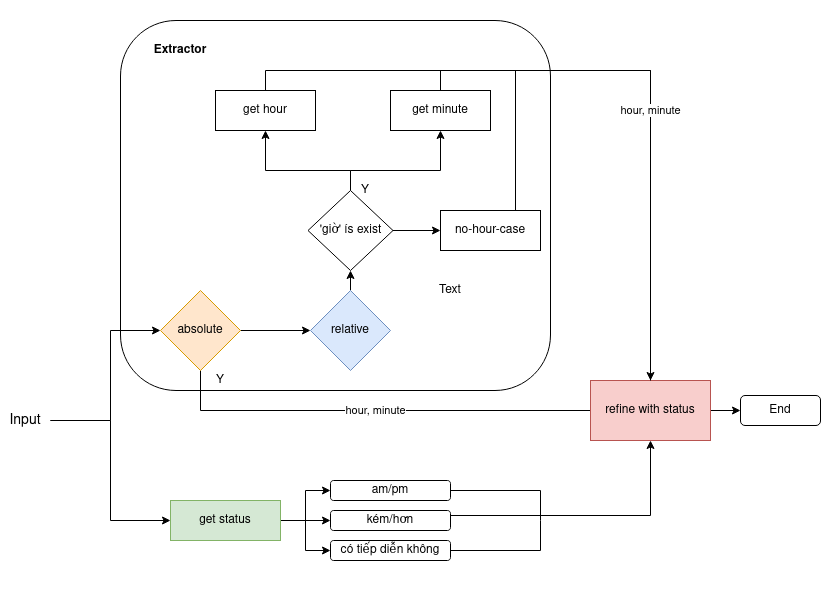
The draw.io diagram ner_logic/time_logic.png in demdecuong/vi-core-nlp, before a commit. Source tidied: cells renumbered, new cells last; positions are measured from the earlier drawing's top-left corner, leaving out a move shared by most shapes.
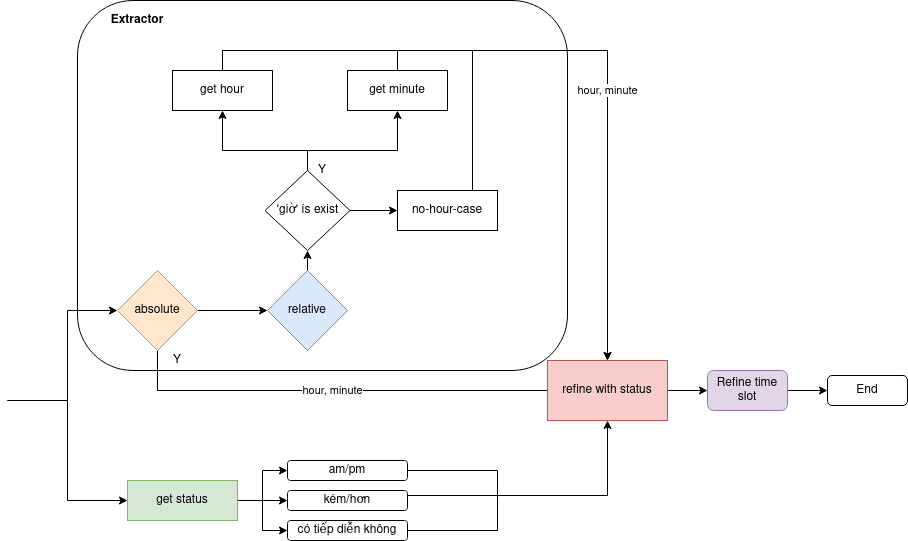
Later version of the same file.

Commit message:
add refine time slot to base

The edit, as a diff of the source:
```diff
@@ -2,140 +2,140 @@
   <root>
     <mxCell id="0" />
     <mxCell id="1" parent="0" />
-    <mxCell id="2" style="rounded=0;whiteSpace=wrap;html=1;strokeColor=none;" parent="1" vertex="1">
-      <mxGeometry width="830" height="590" as="geometry" />
+    <mxCell id="2" style="rounded=1;whiteSpace=wrap;html=1;" parent="1" vertex="1">
+      <mxGeometry x="120" y="20" width="490" height="370" as="geometry" />
     </mxCell>
-    <mxCell id="3" style="rounded=1;whiteSpace=wrap;html=1;" parent="1" vertex="1">
-      <mxGeometry x="120" y="20" width="430" height="370" as="geometry" />
+    <mxCell id="3" style="edgeStyle=orthogonalEdgeStyle;rounded=0;jettySize=auto;html=1;exitX=1;exitY=0.5;exitDx=0;exitDy=0;entryX=0;entryY=0.5;entryDx=0;entryDy=0;" parent="1" edge="1" source="5" target="7">
+      <mxGeometry relative="1" as="geometry" />
     </mxCell>
-    <mxCell id="4" style="edgeStyle=orthogonalEdgeStyle;rounded=0;jettySize=auto;html=1;exitX=1;exitY=0.5;exitDx=0;exitDy=0;entryX=0;entryY=0.5;entryDx=0;entryDy=0;" parent="1" edge="1" source="6" target="8">
+    <mxCell id="4" value="hour, minute" style="edgeStyle=orthogonalEdgeStyle;rounded=0;jettySize=auto;html=1;exitX=0.5;exitY=1;exitDx=0;exitDy=0;entryX=0;entryY=0.5;entryDx=0;entryDy=0;startArrow=none;startFill=0;endArrow=none;endFill=0;" parent="1" edge="1" source="5" target="9">
       <mxGeometry relative="1" as="geometry" />
     </mxCell>
-    <mxCell id="5" value="hour, minute" style="edgeStyle=orthogonalEdgeStyle;rounded=0;jettySize=auto;html=1;exitX=0.5;exitY=1;exitDx=0;exitDy=0;entryX=0;entryY=0.5;entryDx=0;entryDy=0;startArrow=none;startFill=0;endArrow=none;endFill=0;" parent="1" edge="1" source="6" target="10">
-      <mxGeometry relative="1" as="geometry" />
+    <mxCell id="5" value="absolute" style="rhombus;whiteSpace=wrap;html=1;fillColor=#ffe6cc;strokeColor=#d79b00;" parent="1" vertex="1">
+      <mxGeometry x="160" y="290" width="80" height="80" as="geometry" />
     </mxCell>
-    <mxCell id="6" value="absolute" style="rhombus;whiteSpace=wrap;html=1;fillColor=#ffe6cc;strokeColor=#d79b00;" parent="1" vertex="1">
-      <mxGeometry x="160" y="290" width="80" height="80" as="geometry" />
+    <mxCell id="6" style="edgeStyle=orthogonalEdgeStyle;rounded=0;jettySize=auto;html=1;exitX=0.5;exitY=0;exitDx=0;exitDy=0;entryX=0.5;entryY=1;entryDx=0;entryDy=0;" parent="1" edge="1" source="7" target="19">
+      <mxGeometry relative="1" as="geometry" />
     </mxCell>
-    <mxCell id="7" style="edgeStyle=orthogonalEdgeStyle;rounded=0;jettySize=auto;html=1;exitX=0.5;exitY=0;exitDx=0;exitDy=0;entryX=0.5;entryY=1;entryDx=0;entryDy=0;" parent="1" edge="1" source="8" target="20">
-      <mxGeometry relative="1" as="geometry" />
+    <mxCell id="7" value="relative" style="rhombus;whiteSpace=wrap;html=1;fillColor=#dae8fc;strokeColor=#6c8ebf;" parent="1" vertex="1">
+      <mxGeometry x="310" y="290" width="80" height="80" as="geometry" />
     </mxCell>
-    <mxCell id="8" value="relative" style="rhombus;whiteSpace=wrap;html=1;fillColor=#dae8fc;strokeColor=#6c8ebf;" parent="1" vertex="1">
-      <mxGeometry x="310" y="290" width="80" height="80" as="geometry" />
+    <mxCell id="8" style="edgeStyle=orthogonalEdgeStyle;rounded=0;jettySize=auto;html=1;exitX=1;exitY=0.5;exitDx=0;exitDy=0;" parent="1" edge="1" source="9" target="37">
+      <mxGeometry relative="1" as="geometry" />
     </mxCell>
-    <mxCell id="9" style="edgeStyle=orthogonalEdgeStyle;rounded=0;jettySize=auto;html=1;exitX=1;exitY=0.5;exitDx=0;exitDy=0;startArrow=none;startFill=0;endArrow=classic;endFill=1;" parent="1" edge="1" source="10" target="38">
-      <mxGeometry relative="1" as="geometry" />
+    <mxCell id="9" value="refine with status" style="rounded=0;whiteSpace=wrap;html=1;fillColor=#f8cecc;strokeColor=#b85450;" parent="1" vertex="1">
+      <mxGeometry x="590" y="380" width="120" height="60" as="geometry" />
     </mxCell>
-    <mxCell id="10" value="refine with status" style="rounded=0;whiteSpace=wrap;html=1;fillColor=#f8cecc;strokeColor=#b85450;" parent="1" vertex="1">
-      <mxGeometry x="590" y="380" width="120" height="60" as="geometry" />
+    <mxCell id="10" style="edgeStyle=orthogonalEdgeStyle;rounded=0;jettySize=auto;html=1;exitX=0.5;exitY=0;exitDx=0;exitDy=0;entryX=0.5;entryY=1;entryDx=0;entryDy=0;" parent="1" edge="1" source="19" target="14">
+      <mxGeometry relative="1" as="geometry">
+        <Array as="points">
+          <mxPoint x="350" y="170" />
+          <mxPoint x="440" y="170" />
+        </Array>
+      </mxGeometry>
     </mxCell>
-    <mxCell id="11" style="edgeStyle=orthogonalEdgeStyle;rounded=0;jettySize=auto;html=1;exitX=0.5;exitY=0;exitDx=0;exitDy=0;entryX=0.5;entryY=1;entryDx=0;entryDy=0;" parent="1" edge="1" source="20" target="15">
-      <mxGeometry relative="1" as="geometry">
-        <Array as="points">
-          <mxPoint x="350" y="170" />
-          <mxPoint x="440" y="170" />
-        </Array>
-      </mxGeometry>
+    <mxCell id="11" style="edgeStyle=orthogonalEdgeStyle;rounded=0;jettySize=auto;html=1;exitX=0.5;exitY=0;exitDx=0;exitDy=0;entryX=0.5;entryY=0;entryDx=0;entryDy=0;" parent="1" edge="1" source="12" target="9">
+      <mxGeometry relative="1" as="geometry" />
     </mxCell>
-    <mxCell id="12" style="edgeStyle=orthogonalEdgeStyle;rounded=0;jettySize=auto;html=1;exitX=0.5;exitY=0;exitDx=0;exitDy=0;entryX=0.5;entryY=0;entryDx=0;entryDy=0;startArrow=none;startFill=0;endArrow=none;endFill=0;" parent="1" edge="1" source="13" target="10">
-      <mxGeometry relative="1" as="geometry" />
+    <mxCell id="12" value="get hour" style="rounded=0;whiteSpace=wrap;html=1;" parent="1" vertex="1">
+      <mxGeometry x="215" y="90" width="100" height="40" as="geometry" />
     </mxCell>
-    <mxCell id="13" value="get hour" style="rounded=0;whiteSpace=wrap;html=1;" parent="1" vertex="1">
-      <mxGeometry x="215" y="90" width="100" height="40" as="geometry" />
+    <mxCell id="13" value="hour, minute" style="edgeStyle=orthogonalEdgeStyle;rounded=0;jettySize=auto;html=1;exitX=0.5;exitY=0;exitDx=0;exitDy=0;entryX=0.5;entryY=0;entryDx=0;entryDy=0;startArrow=none;startFill=0;endArrow=classic;endFill=1;" parent="1" edge="1" source="14" target="9">
+      <mxGeometry relative="1" as="geometry" />
     </mxCell>
-    <mxCell id="14" value="hour, minute" style="edgeStyle=orthogonalEdgeStyle;rounded=0;jettySize=auto;html=1;exitX=0.5;exitY=0;exitDx=0;exitDy=0;entryX=0.5;entryY=0;entryDx=0;entryDy=0;startArrow=none;startFill=0;endArrow=classic;endFill=1;" parent="1" edge="1" source="15" target="10">
-      <mxGeometry relative="1" as="geometry" />
+    <mxCell id="14" value="get minute" style="rounded=0;whiteSpace=wrap;html=1;" parent="1" vertex="1">
+      <mxGeometry x="390" y="90" width="100" height="40" as="geometry" />
     </mxCell>
-    <mxCell id="15" value="get minute" style="rounded=0;whiteSpace=wrap;html=1;" parent="1" vertex="1">
-      <mxGeometry x="390" y="90" width="100" height="40" as="geometry" />
+    <mxCell id="15" style="edgeStyle=orthogonalEdgeStyle;rounded=0;jettySize=auto;html=1;exitX=0.75;exitY=0;exitDx=0;exitDy=0;startArrow=none;startFill=0;endArrow=none;endFill=0;" parent="1" edge="1" source="16">
+      <mxGeometry relative="1" as="geometry">
+        <mxPoint x="530" y="70" as="targetPoint" />
+        <Array as="points">
+          <mxPoint x="515" y="70" />
+        </Array>
+      </mxGeometry>
     </mxCell>
-    <mxCell id="16" style="edgeStyle=orthogonalEdgeStyle;rounded=0;jettySize=auto;html=1;exitX=0.75;exitY=0;exitDx=0;exitDy=0;startArrow=none;startFill=0;endArrow=none;endFill=0;" parent="1" edge="1" source="17">
-      <mxGeometry relative="1" as="geometry">
-        <mxPoint x="530" y="70" as="targetPoint" />
-        <Array as="points">
-          <mxPoint x="515" y="70" />
-        </Array>
-      </mxGeometry>
+    <mxCell id="16" value="no-hour-case" style="rounded=0;whiteSpace=wrap;html=1;" parent="1" vertex="1">
+      <mxGeometry x="440" y="210" width="100" height="40" as="geometry" />
     </mxCell>
-    <mxCell id="17" value="no-hour-case" style="rounded=0;whiteSpace=wrap;html=1;" parent="1" vertex="1">
-      <mxGeometry x="440" y="210" width="100" height="40" as="geometry" />
+    <mxCell id="17" style="edgeStyle=orthogonalEdgeStyle;rounded=0;jettySize=auto;html=1;exitX=1;exitY=0.5;exitDx=0;exitDy=0;" parent="1" edge="1" source="19" target="16">
+      <mxGeometry relative="1" as="geometry" />
     </mxCell>
-    <mxCell id="18" style="edgeStyle=orthogonalEdgeStyle;rounded=0;jettySize=auto;html=1;exitX=1;exitY=0.5;exitDx=0;exitDy=0;" parent="1" edge="1" source="20" target="17">
-      <mxGeometry relative="1" as="geometry" />
+    <mxCell id="18" style="edgeStyle=orthogonalEdgeStyle;rounded=0;jettySize=auto;html=1;exitX=0.5;exitY=0;exitDx=0;exitDy=0;entryX=0.5;entryY=1;entryDx=0;entryDy=0;" parent="1" edge="1" source="19" target="12">
+      <mxGeometry relative="1" as="geometry">
+        <Array as="points">
+          <mxPoint x="350" y="170" />
+          <mxPoint x="265" y="170" />
+        </Array>
+      </mxGeometry>
     </mxCell>
-    <mxCell id="19" style="edgeStyle=orthogonalEdgeStyle;rounded=0;jettySize=auto;html=1;exitX=0.5;exitY=0;exitDx=0;exitDy=0;entryX=0.5;entryY=1;entryDx=0;entryDy=0;" parent="1" edge="1" source="20" target="13">
-      <mxGeometry relative="1" as="geometry">
-        <Array as="points">
-          <mxPoint x="350" y="170" />
-          <mxPoint x="265" y="170" />
-        </Array>
-      </mxGeometry>
+    <mxCell id="19" value="'giờ' ís exist" style="rhombus;whiteSpace=wrap;html=1;" parent="1" vertex="1">
+      <mxGeometry x="307.5" y="190" width="85" height="80" as="geometry" />
     </mxCell>
-    <mxCell id="20" value="'giờ' ís exist" style="rhombus;whiteSpace=wrap;html=1;" parent="1" vertex="1">
-      <mxGeometry x="307.5" y="190" width="85" height="80" as="geometry" />
+    <mxCell id="20" value="Y" style="text;html=1;strokeColor=none;fillColor=none;align=center;verticalAlign=middle;whiteSpace=wrap;rounded=0;" parent="1" vertex="1">
+      <mxGeometry x="345" y="180" width="40" height="20" as="geometry" />
     </mxCell>
-    <mxCell id="21" value="Y" style="text;html=1;strokeColor=none;fillColor=none;align=center;verticalAlign=middle;whiteSpace=wrap;rounded=0;" parent="1" vertex="1">
-      <mxGeometry x="345" y="180" width="40" height="20" as="geometry" />
+    <mxCell id="21" style="edgeStyle=orthogonalEdgeStyle;rounded=0;jettySize=auto;html=1;exitX=1;exitY=0.5;exitDx=0;exitDy=0;entryX=0;entryY=0.5;entryDx=0;entryDy=0;" parent="1" edge="1" target="5">
+      <mxGeometry relative="1" as="geometry">
+        <mxPoint x="50" y="420" as="sourcePoint" />
+        <Array as="points">
+          <mxPoint x="110" y="420" />
+          <mxPoint x="110" y="330" />
+        </Array>
+      </mxGeometry>
     </mxCell>
-    <mxCell id="22" style="edgeStyle=orthogonalEdgeStyle;rounded=0;jettySize=auto;html=1;exitX=1;exitY=0.5;exitDx=0;exitDy=0;entryX=0;entryY=0.5;entryDx=0;entryDy=0;" parent="1" edge="1" source="24" target="6">
+    <mxCell id="22" style="edgeStyle=orthogonalEdgeStyle;rounded=0;jettySize=auto;html=1;exitX=1;exitY=0.5;exitDx=0;exitDy=0;entryX=0;entryY=0.5;entryDx=0;entryDy=0;" parent="1" edge="1" target="26">
       <mxGeometry relative="1" as="geometry">
-        <Array as="points">
-          <mxPoint x="110" y="420" />
-          <mxPoint x="110" y="330" />
-        </Array>
+        <mxPoint x="50" y="420" as="sourcePoint" />
       </mxGeometry>
     </mxCell>
-    <mxCell id="23" style="edgeStyle=orthogonalEdgeStyle;rounded=0;jettySize=auto;html=1;exitX=1;exitY=0.5;exitDx=0;exitDy=0;entryX=0;entryY=0.5;entryDx=0;entryDy=0;" parent="1" edge="1" source="24" target="28">
+    <mxCell id="23" style="edgeStyle=orthogonalEdgeStyle;rounded=0;jettySize=auto;html=1;exitX=1;exitY=0.5;exitDx=0;exitDy=0;entryX=0;entryY=0.5;entryDx=0;entryDy=0;" parent="1" edge="1" source="26" target="30">
       <mxGeometry relative="1" as="geometry" />
     </mxCell>
-    <mxCell id="24" value="&lt;font style=&quot;font-size: 14px&quot;&gt;Input&lt;/font&gt;" style="text;html=1;strokeColor=none;fillColor=none;align=center;verticalAlign=middle;whiteSpace=wrap;rounded=0;" parent="1" vertex="1">
-      <mxGeometry y="410" width="50" height="20" as="geometry" />
+    <mxCell id="24" style="edgeStyle=orthogonalEdgeStyle;rounded=0;jettySize=auto;html=1;exitX=1;exitY=0.5;exitDx=0;exitDy=0;entryX=0;entryY=0.5;entryDx=0;entryDy=0;" parent="1" edge="1" source="26" target="28">
+      <mxGeometry relative="1" as="geometry" />
     </mxCell>
-    <mxCell id="25" style="edgeStyle=orthogonalEdgeStyle;rounded=0;jettySize=auto;html=1;exitX=1;exitY=0.5;exitDx=0;exitDy=0;entryX=0;entryY=0.5;entryDx=0;entryDy=0;" parent="1" edge="1" source="28" target="33">
+    <mxCell id="25" style="edgeStyle=orthogonalEdgeStyle;rounded=0;jettySize=auto;html=1;exitX=1;exitY=0.5;exitDx=0;exitDy=0;" parent="1" edge="1" source="26" target="32">
       <mxGeometry relative="1" as="geometry" />
     </mxCell>
-    <mxCell id="26" style="edgeStyle=orthogonalEdgeStyle;rounded=0;jettySize=auto;html=1;exitX=1;exitY=0.5;exitDx=0;exitDy=0;entryX=0;entryY=0.5;entryDx=0;entryDy=0;" parent="1" edge="1" source="28" target="31">
-      <mxGeometry relative="1" as="geometry" />
+    <mxCell id="26" value="get status" style="rounded=0;whiteSpace=wrap;html=1;fillColor=#d5e8d4;strokeColor=#82b366;" parent="1" vertex="1">
+      <mxGeometry x="170" y="500" width="110" height="40" as="geometry" />
     </mxCell>
-    <mxCell id="27" style="edgeStyle=orthogonalEdgeStyle;rounded=0;jettySize=auto;html=1;exitX=1;exitY=0.5;exitDx=0;exitDy=0;" parent="1" edge="1" source="28" target="35">
-      <mxGeometry relative="1" as="geometry" />
+    <mxCell id="27" style="edgeStyle=orthogonalEdgeStyle;rounded=0;jettySize=auto;html=1;exitX=1;exitY=0.5;exitDx=0;exitDy=0;startArrow=none;startFill=0;endArrow=none;endFill=0;" parent="1" edge="1" source="28">
+      <mxGeometry relative="1" as="geometry">
+        <mxPoint x="540" y="520" as="targetPoint" />
+      </mxGeometry>
     </mxCell>
-    <mxCell id="28" value="get status" style="rounded=0;whiteSpace=wrap;html=1;fillColor=#d5e8d4;strokeColor=#82b366;" parent="1" vertex="1">
-      <mxGeometry x="170" y="500" width="110" height="40" as="geometry" />
+    <mxCell id="28" value="am/pm" style="rounded=1;whiteSpace=wrap;html=1;" parent="1" vertex="1">
+      <mxGeometry x="330" y="480" width="120" height="20" as="geometry" />
     </mxCell>
-    <mxCell id="29" value="Text" style="text;html=1;strokeColor=none;fillColor=none;align=center;verticalAlign=middle;whiteSpace=wrap;rounded=0;" parent="1" vertex="1">
-      <mxGeometry x="430" y="280" width="40" height="20" as="geometry" />
+    <mxCell id="29" style="edgeStyle=orthogonalEdgeStyle;rounded=0;jettySize=auto;html=1;exitX=1;exitY=0.25;exitDx=0;exitDy=0;" parent="1" edge="1" source="30" target="9">
+      <mxGeometry relative="1" as="geometry" />
     </mxCell>
-    <mxCell id="30" style="edgeStyle=orthogonalEdgeStyle;rounded=0;jettySize=auto;html=1;exitX=1;exitY=0.5;exitDx=0;exitDy=0;startArrow=none;startFill=0;endArrow=none;endFill=0;" parent="1" edge="1" source="31">
-      <mxGeometry relative="1" as="geometry">
-        <mxPoint x="540" y="520" as="targetPoint" />
-      </mxGeometry>
+    <mxCell id="30" value="kém/hơn" style="rounded=1;whiteSpace=wrap;html=1;" parent="1" vertex="1">
+      <mxGeometry x="330" y="510" width="120" height="20" as="geometry" />
     </mxCell>
-    <mxCell id="31" value="am/pm" style="rounded=1;whiteSpace=wrap;html=1;" parent="1" vertex="1">
-      <mxGeometry x="330" y="480" width="120" height="20" as="geometry" />
+    <mxCell id="31" style="edgeStyle=orthogonalEdgeStyle;rounded=0;jettySize=auto;html=1;exitX=1;exitY=0.5;exitDx=0;exitDy=0;startArrow=none;startFill=0;endArrow=none;endFill=0;" parent="1" edge="1" source="32">
+      <mxGeometry relative="1" as="geometry">
+        <mxPoint x="540" y="520" as="targetPoint" />
+      </mxGeometry>
     </mxCell>
-    <mxCell id="32" style="edgeStyle=orthogonalEdgeStyle;rounded=0;jettySize=auto;html=1;exitX=1;exitY=0.25;exitDx=0;exitDy=0;" parent="1" edge="1" source="33" target="10">
-      <mxGeometry relative="1" as="geometry" />
+    <mxCell id="32" value="có tiếp diễn không" style="rounded=1;whiteSpace=wrap;html=1;" parent="1" vertex="1">
+      <mxGeometry x="330" y="540" width="120" height="20" as="geometry" />
     </mxCell>
-    <mxCell id="33" value="kém/hơn" style="rounded=1;whiteSpace=wrap;html=1;" parent="1" vertex="1">
-      <mxGeometry x="330" y="510" width="120" height="20" as="geometry" />
+    <mxCell id="33" value="&lt;b&gt;Extractor&lt;br&gt;&lt;/b&gt;" style="text;html=1;strokeColor=none;fillColor=none;align=center;verticalAlign=middle;whiteSpace=wrap;rounded=0;" parent="1" vertex="1">
+      <mxGeometry x="160" y="30" width="40" height="20" as="geometry" />
     </mxCell>
-    <mxCell id="34" style="edgeStyle=orthogonalEdgeStyle;rounded=0;jettySize=auto;html=1;exitX=1;exitY=0.5;exitDx=0;exitDy=0;startArrow=none;startFill=0;endArrow=none;endFill=0;" parent="1" edge="1" source="35">
-      <mxGeometry relative="1" as="geometry">
-        <mxPoint x="540" y="520" as="targetPoint" />
-      </mxGeometry>
+    <mxCell id="34" value="Y" style="text;html=1;strokeColor=none;fillColor=none;align=center;verticalAlign=middle;whiteSpace=wrap;rounded=0;" parent="1" vertex="1">
+      <mxGeometry x="200" y="370" width="40" height="20" as="geometry" />
     </mxCell>
-    <mxCell id="35" value="có tiếp diễn không" style="rounded=1;whiteSpace=wrap;html=1;" parent="1" vertex="1">
-      <mxGeometry x="330" y="540" width="120" height="20" as="geometry" />
+    <mxCell id="35" value="End" style="rounded=1;whiteSpace=wrap;html=1;" parent="1" vertex="1">
+      <mxGeometry x="870" y="395" width="80" height="30" as="geometry" />
     </mxCell>
-    <mxCell id="36" value="&lt;b&gt;Extractor&lt;br&gt;&lt;/b&gt;" style="text;html=1;strokeColor=none;fillColor=none;align=center;verticalAlign=middle;whiteSpace=wrap;rounded=0;" parent="1" vertex="1">
-      <mxGeometry x="160" y="40" width="40" height="20" as="geometry" />
+    <mxCell id="36" style="edgeStyle=orthogonalEdgeStyle;rounded=0;jettySize=auto;html=1;exitX=1;exitY=0.5;exitDx=0;exitDy=0;entryX=0;entryY=0.5;entryDx=0;entryDy=0;" parent="1" edge="1" source="37" target="35">
+      <mxGeometry relative="1" as="geometry" />
     </mxCell>
-    <mxCell id="37" value="Y" style="text;html=1;strokeColor=none;fillColor=none;align=center;verticalAlign=middle;whiteSpace=wrap;rounded=0;" parent="1" vertex="1">
-      <mxGeometry x="200" y="370" width="40" height="20" as="geometry" />
+    <mxCell id="37" value="Refine time slot" style="rounded=1;whiteSpace=wrap;html=1;fillColor=#e1d5e7;strokeColor=#9673a6;" parent="1" vertex="1">
+      <mxGeometry x="750" y="390" width="80" height="40" as="geometry" />
     </mxCell>
-    <mxCell id="38" value="End" style="rounded=1;whiteSpace=wrap;html=1;" parent="1" vertex="1">
-      <mxGeometry x="740" y="395" width="80" height="30" as="geometry" />
-    </mxCell>
   </root>
 </mxGraphModel>
```
